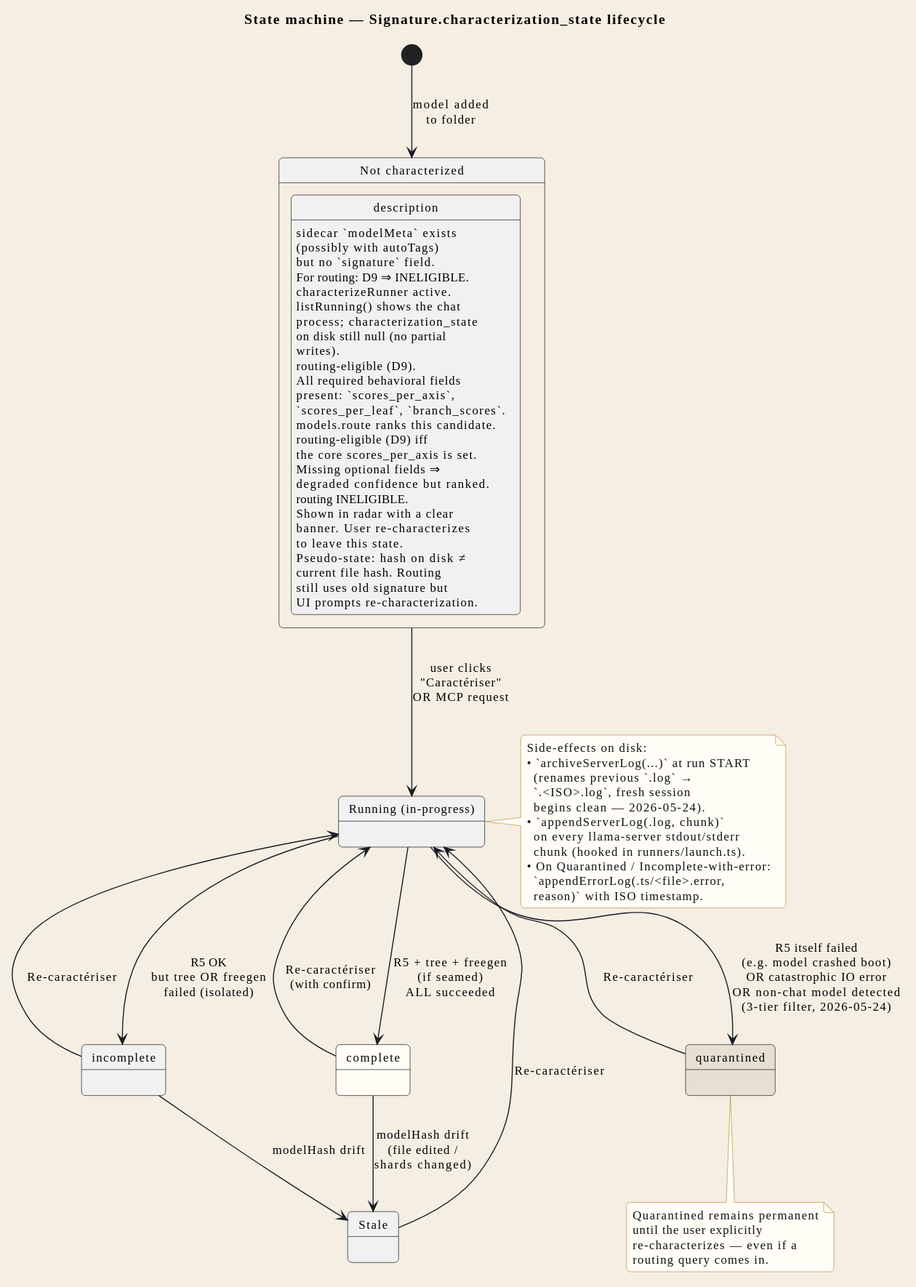
The PlantUML diagram docs/en/svg/states-signature-lifecycle.svg in Syphys/maestria, before a commit.
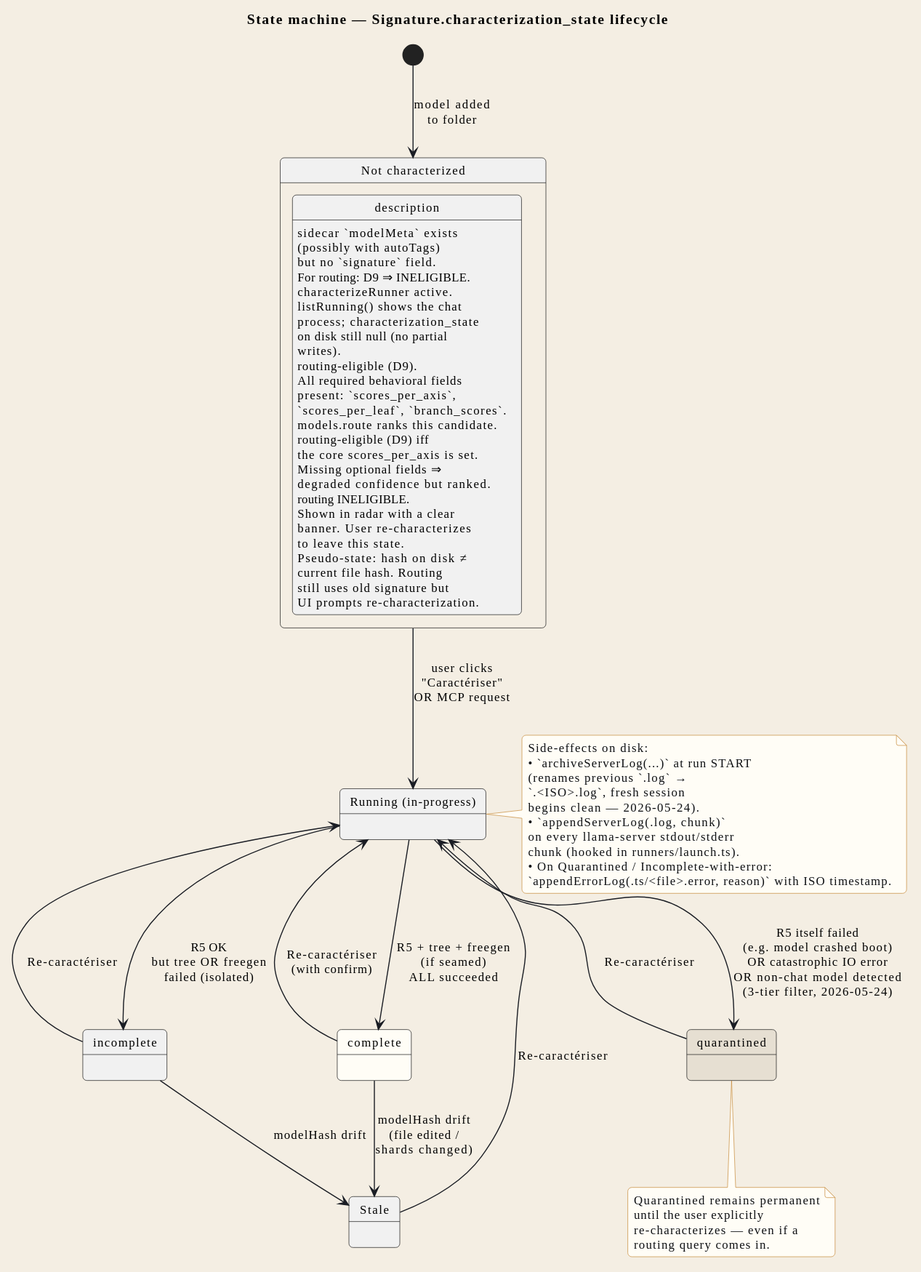
Above is the later version.

Change to the diagram source:
```diff
@@ -1,67 +1,66 @@
 @startuml
 !include ../_includes/style.iuml
 
-title State machine — Signature.characterization_state lifecycle
+title STR_SIGLC_TITLE
 
 
-[*] --> NotCharacterized : model added\nto folder
+[*] --> NotCharacterized : STR_SIGLC_REL_MODEL_ADDED
 
-state "Not characterized" as NotCharacterized {
-  description : sidecar `modelMeta` exists\n(possibly with autoTags)\nbut no `signature` field.\nFor routing: D9 ⇒ INELIGIBLE.
+state "STR_SIGLC_S_NOTCHAR" as NotCharacterized {
+  description : STR_SIGLC_DESC_NOTCHAR
 }
 
-NotCharacterized --> Running : user clicks\n"Caractériser"\nOR MCP request
+NotCharacterized --> Running : STR_SIGLC_REL_USER_CHAR
 
-state "Running (in-progress)" as Running {
-  description : characterizeRunner active.\nlistRunning() shows the chat\nprocess; characterization_state\non disk still null (no partial\nwrites).
+state "STR_SIGLC_S_RUNNING" as Running {
+  description : STR_SIGLC_DESC_RUNNING
 }
 
-Running --> Complete : R5 + tree + freegen\n(if seamed)\nALL succeeded
-Running --> Incomplete : R5 OK\nbut tree OR freegen\nfailed (isolated)
-Running --> Quarantined : R5 itself failed\n(e.g. model crashed boot)\nOR catastrophic IO error\nOR non-chat model detected\n(3-tier filter, 2026-05-24)
+Running --> Complete : STR_SIGLC_REL_ALL_OK
+Running --> Incomplete : STR_SIGLC_REL_TREE_FAIL
+Running --> Quarantined : STR_SIGLC_REL_QUARANTINED
 
 state "complete" as Complete #FFFDF6 {
-  description : routing-eligible (D9).\nAll required behavioral fields\npresent: `scores_per_axis`,\n`scores_per_leaf`, `branch_scores`.\nmodels.route ranks this candidate.
+  description : STR_SIGLC_DESC_COMPLETE
 }
 
 state "incomplete" as Incomplete {
-  description : routing-eligible (D9) iff\nthe core scores_per_axis is set.\nMissing optional fields ⇒\ndegraded confidence but ranked.
+  description : STR_SIGLC_DESC_INCOMPLETE
 }
 
 state "quarantined" as Quarantined #E6DFD2 {
-  description : routing INELIGIBLE.\nShown in radar with a clear\nbanner. User re-characterizes\nto leave this state.
+  description : STR_SIGLC_DESC_QUARANTINED
 }
 
-Complete --> Running : Re-caractériser\n(with confirm)
+Complete --> Running : STR_SIGLC_REL_RECHAR_CONFIRM
 Incomplete --> Running : Re-caractériser
 Quarantined --> Running : Re-caractériser
-Complete --> Stale : modelHash drift\n(file edited /\nshards changed)
-Incomplete --> Stale : modelHash drift
+Complete --> Stale : STR_SIGLC_REL_HASH_DRIFT
+Incomplete --> Stale : STR_SIGLC_REL_HASH_DRIFT_SHORT
 
 state "Stale" as Stale {
-  description : Pseudo-state: hash on disk ≠\ncurrent file hash. Routing\nstill uses old signature but\nUI prompts re-characterization.
+  description : STR_SIGLC_DESC_STALE
 }
 
 Stale --> Running : Re-caractériser
 
 note bottom of Quarantined
-  Quarantined remains permanent
-  until the user explicitly
-  re-characterizes — even if a
-  routing query comes in.
+  STR_SIGLC_NOTE_QUAR_L1
+  STR_SIGLC_NOTE_QUAR_L2
+  STR_SIGLC_NOTE_QUAR_L3
+  STR_SIGLC_NOTE_QUAR_L4
 end note
 
 note right of Running
-  Side-effects on disk:
-  • `archiveServerLog(...)` at run START
-    (renames previous `.log` →
-    `.<ISO>.log`, fresh session
-    begins clean — 2026-05-24).
-  • `appendServerLog(.log, chunk)`
-    on every llama-server stdout/stderr
-    chunk (hooked in runners/launch.ts).
-  • On Quarantined / Incomplete-with-error:
-    `appendErrorLog(.ts/<file>.error,
-    reason)` with ISO timestamp.
+  STR_SIGLC_NOTE_RUN_L1
+  STR_SIGLC_NOTE_RUN_L2
+  STR_SIGLC_NOTE_RUN_L3
+  STR_SIGLC_NOTE_RUN_L4
+  STR_SIGLC_NOTE_RUN_L5
+  STR_SIGLC_NOTE_RUN_L6
+  STR_SIGLC_NOTE_RUN_L7
+  STR_SIGLC_NOTE_RUN_L8
+  STR_SIGLC_NOTE_RUN_L9
+  STR_SIGLC_NOTE_RUN_L10
 end note
 @enduml
```
